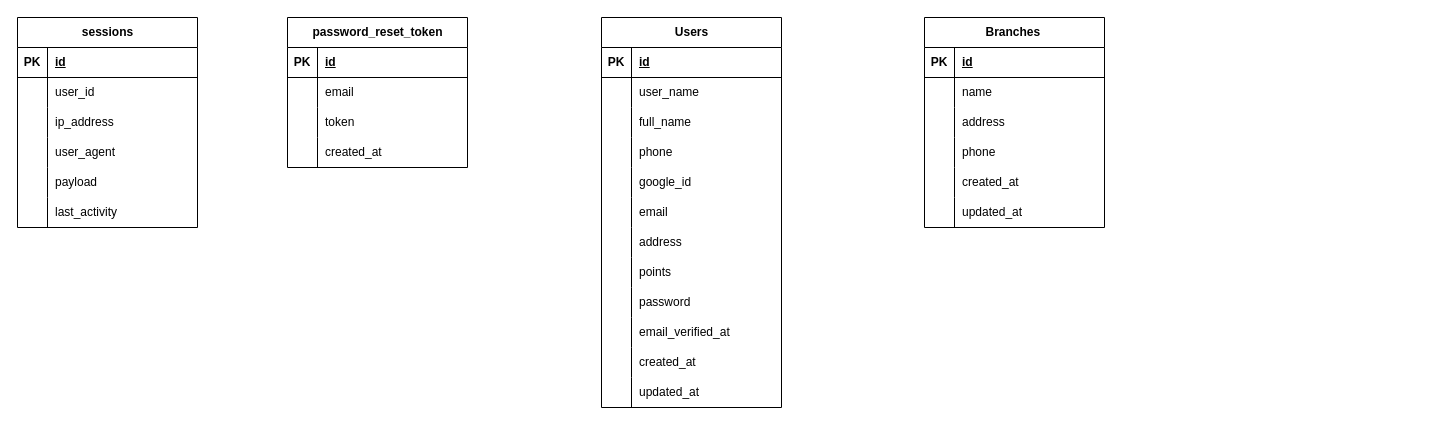
Earlier version of the draw.io diagram database.drawio (ntuananhdevs/DATN-DevFoods). Source tidied: cells renumbered, new cells numbered last; positions are measured from the earlier drawing's top-left corner, leaving out a move shared by most shapes. Both pictures are drawn from the tidied source at 100%, with x=0, y=0 at pixel (17, 17).
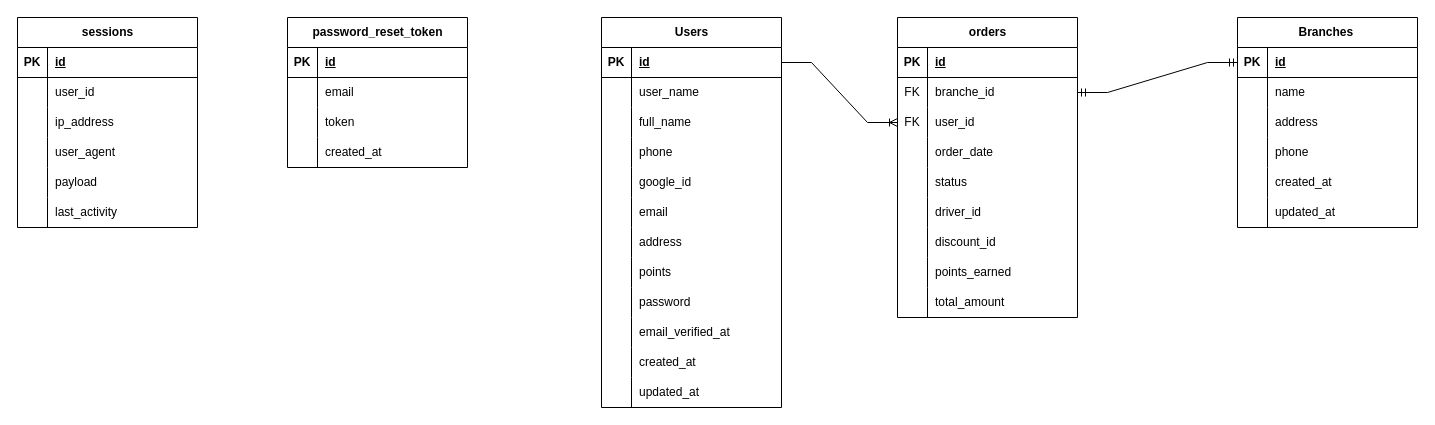
The same diagram, later.

The change refers to these unchanged cells:
```xml
<mxCell id="3" style="shape=tableRow;horizontal=0;startSize=0;swimlaneHead=0;swimlaneBody=0;fillColor=none;points=[[0,0.5],[1,0.5]];portConstraint=eastwest;top=0;left=0;right=0;bottom=1;" parent="2" vertex="1">
  <mxGeometry y="30" width="180" height="30" as="geometry" />
</mxCell>
<mxCell id="72" style="shape=tableRow;horizontal=0;startSize=0;swimlaneHead=0;swimlaneBody=0;fillColor=none;points=[[0,0.5],[1,0.5]];portConstraint=eastwest;top=0;left=0;right=0;bottom=1;" parent="71" vertex="1">
  <mxGeometry y="30" width="180" height="30" as="geometry" />
</mxCell>
```

Change to the diagram source:
```diff
@@
     <mxCell id="71" value="&lt;div&gt;Branches&amp;nbsp;&lt;/div&gt;" style="shape=table;startSize=30;childLayout=tableLayout;rowLines=0;fontStyle=1;align=center;html=1;" parent="1" vertex="1">
-      <mxGeometry x="907" width="180" height="210" as="geometry" />
+      <mxGeometry x="1220" width="180" height="210" as="geometry" />
     </mxCell>
@@
+    <mxCell id="90" value="orders" style="shape=table;startSize=30;childLayout=tableLayout;rowLines=0;fontStyle=1;align=center;html=1;" parent="1" vertex="1">
+      <mxGeometry x="880" width="180" height="300" as="geometry" />
+    </mxCell>
+    <mxCell id="91" style="shape=tableRow;horizontal=0;startSize=0;swimlaneHead=0;swimlaneBody=0;fillColor=none;top=0;left=0;right=0;bottom=1;" parent="90" vertex="1">
+      <mxGeometry y="30" width="180" height="30" as="geometry" />
+    </mxCell>
+    <mxCell id="92" value="PK" style="shape=partialRectangle;fillColor=none;top=0;left=0;bottom=0;right=0;fontStyle=1;overflow=hidden;whiteSpace=wrap;html=1;" parent="91" vertex="1">
+      <mxGeometry width="30" height="30" as="geometry" />
+    </mxCell>
+    <mxCell id="93" value="id" style="shape=partialRectangle;fillColor=none;top=0;left=0;bottom=0;right=0;align=left;spacingLeft=6;fontStyle=5;overflow=hidden;whiteSpace=wrap;html=1;" parent="91" vertex="1">
+      <mxGeometry x="30" width="150" height="30" as="geometry" />
+    </mxCell>
+    <mxCell id="94" style="shape=tableRow;horizontal=0;startSize=0;swimlaneHead=0;swimlaneBody=0;fillColor=none;points=[[0,0.5],[1,0.5]];portConstraint=eastwest;top=0;left=0;right=0;bottom=0;" parent="90" vertex="1">
+      <mxGeometry y="60" width="180" height="30" as="geometry" />
+    </mxCell>
+    <mxCell id="95" value="FK" style="shape=partialRectangle;fillColor=none;top=0;left=0;bottom=0;right=0;overflow=hidden;whiteSpace=wrap;html=1;" parent="94" vertex="1">
+      <mxGeometry width="30" height="30" as="geometry" />
+    </mxCell>
+    <mxCell id="96" value="branche_id" style="shape=partialRectangle;fillColor=none;top=0;left=0;bottom=0;right=0;align=left;spacingLeft=6;overflow=hidden;whiteSpace=wrap;html=1;" parent="94" vertex="1">
+      <mxGeometry x="30" width="150" height="30" as="geometry" />
+    </mxCell>
+    <mxCell id="97" style="shape=tableRow;horizontal=0;startSize=0;swimlaneHead=0;swimlaneBody=0;fillColor=none;points=[[0,0.5],[1,0.5]];portConstraint=eastwest;top=0;left=0;right=0;bottom=0;" parent="90" vertex="1">
+      <mxGeometry y="90" width="180" height="30" as="geometry" />
+    </mxCell>
+    <mxCell id="98" value="FK" style="shape=partialRectangle;fillColor=none;top=0;left=0;bottom=0;right=0;overflow=hidden;whiteSpace=wrap;html=1;" parent="97" vertex="1">
+      <mxGeometry width="30" height="30" as="geometry" />
+    </mxCell>
+    <mxCell id="99" value="user_id" style="shape=partialRectangle;fillColor=none;top=0;left=0;bottom=0;right=0;align=left;spacingLeft=6;overflow=hidden;whiteSpace=wrap;html=1;" parent="97" vertex="1">
+      <mxGeometry x="30" width="150" height="30" as="geometry" />
+    </mxCell>
+    <mxCell id="100" style="shape=tableRow;horizontal=0;startSize=0;swimlaneHead=0;swimlaneBody=0;fillColor=none;top=0;left=0;right=0;bottom=0;" parent="90" vertex="1">
+      <mxGeometry y="120" width="180" height="30" as="geometry" />
+    </mxCell>
+    <mxCell id="101" style="shape=partialRectangle;fillColor=none;top=0;left=0;bottom=0;right=0;overflow=hidden;whiteSpace=wrap;html=1;" parent="100" vertex="1">
+      <mxGeometry width="30" height="30" as="geometry" />
+    </mxCell>
+    <mxCell id="102" value="order_date" style="shape=partialRectangle;fillColor=none;top=0;left=0;bottom=0;right=0;align=left;spacingLeft=6;overflow=hidden;whiteSpace=wrap;html=1;" parent="100" vertex="1">
+      <mxGeometry x="30" width="150" height="30" as="geometry" />
+    </mxCell>
+    <mxCell id="103" style="shape=tableRow;horizontal=0;startSize=0;swimlaneHead=0;swimlaneBody=0;fillColor=none;top=0;left=0;right=0;bottom=0;" parent="90" vertex="1">
+      <mxGeometry y="150" width="180" height="30" as="geometry" />
+    </mxCell>
+    <mxCell id="104" style="shape=partialRectangle;fillColor=none;top=0;left=0;bottom=0;right=0;overflow=hidden;whiteSpace=wrap;html=1;" parent="103" vertex="1">
+      <mxGeometry width="30" height="30" as="geometry" />
+    </mxCell>
+    <mxCell id="105" value="status" style="shape=partialRectangle;fillColor=none;top=0;left=0;bottom=0;right=0;align=left;spacingLeft=6;overflow=hidden;whiteSpace=wrap;html=1;" parent="103" vertex="1">
+      <mxGeometry x="30" width="150" height="30" as="geometry" />
+    </mxCell>
+    <mxCell id="106" style="shape=tableRow;horizontal=0;startSize=0;swimlaneHead=0;swimlaneBody=0;fillColor=none;top=0;left=0;right=0;bottom=0;" parent="90" vertex="1">
+      <mxGeometry y="180" width="180" height="30" as="geometry" />
+    </mxCell>
+    <mxCell id="107" style="shape=partialRectangle;fillColor=none;top=0;left=0;bottom=0;right=0;overflow=hidden;whiteSpace=wrap;html=1;" parent="106" vertex="1">
+      <mxGeometry width="30" height="30" as="geometry" />
+    </mxCell>
+    <mxCell id="108" value="&lt;div&gt;driver_id&amp;nbsp;&lt;/div&gt;" style="shape=partialRectangle;fillColor=none;top=0;left=0;bottom=0;right=0;align=left;spacingLeft=6;overflow=hidden;whiteSpace=wrap;html=1;" parent="106" vertex="1">
+      <mxGeometry x="30" width="150" height="30" as="geometry" />
+    </mxCell>
+    <mxCell id="109" style="shape=tableRow;horizontal=0;startSize=0;swimlaneHead=0;swimlaneBody=0;fillColor=none;top=0;left=0;right=0;bottom=0;" parent="90" vertex="1">
+      <mxGeometry y="210" width="180" height="30" as="geometry" />
+    </mxCell>
+    <mxCell id="110" style="shape=partialRectangle;fillColor=none;top=0;left=0;bottom=0;right=0;overflow=hidden;whiteSpace=wrap;html=1;" parent="109" vertex="1">
+      <mxGeometry width="30" height="30" as="geometry" />
+    </mxCell>
+    <mxCell id="111" value="&lt;div&gt;discount_id&amp;nbsp;&lt;/div&gt;" style="shape=partialRectangle;fillColor=none;top=0;left=0;bottom=0;right=0;align=left;spacingLeft=6;overflow=hidden;whiteSpace=wrap;html=1;" parent="109" vertex="1">
+      <mxGeometry x="30" width="150" height="30" as="geometry" />
+    </mxCell>
+    <mxCell id="112" style="shape=tableRow;horizontal=0;startSize=0;swimlaneHead=0;swimlaneBody=0;fillColor=none;top=0;left=0;right=0;bottom=0;" parent="90" vertex="1">
+      <mxGeometry y="240" width="180" height="30" as="geometry" />
+    </mxCell>
+    <mxCell id="113" style="shape=partialRectangle;fillColor=none;top=0;left=0;bottom=0;right=0;overflow=hidden;whiteSpace=wrap;html=1;" parent="112" vertex="1">
+      <mxGeometry width="30" height="30" as="geometry" />
+    </mxCell>
+    <mxCell id="114" value="&lt;div&gt;points_earned&amp;nbsp;&lt;/div&gt;" style="shape=partialRectangle;fillColor=none;top=0;left=0;bottom=0;right=0;align=left;spacingLeft=6;overflow=hidden;whiteSpace=wrap;html=1;" parent="112" vertex="1">
+      <mxGeometry x="30" width="150" height="30" as="geometry" />
+    </mxCell>
+    <mxCell id="115" style="shape=tableRow;horizontal=0;startSize=0;swimlaneHead=0;swimlaneBody=0;fillColor=none;top=0;left=0;right=0;bottom=0;" parent="90" vertex="1">
+      <mxGeometry y="270" width="180" height="30" as="geometry" />
+    </mxCell>
+    <mxCell id="116" style="shape=partialRectangle;fillColor=none;top=0;left=0;bottom=0;right=0;overflow=hidden;whiteSpace=wrap;html=1;" parent="115" vertex="1">
+      <mxGeometry width="30" height="30" as="geometry" />
+    </mxCell>
+    <mxCell id="117" value="&lt;div&gt;total_amount&amp;nbsp;&lt;/div&gt;" style="shape=partialRectangle;fillColor=none;top=0;left=0;bottom=0;right=0;align=left;spacingLeft=6;overflow=hidden;whiteSpace=wrap;html=1;" parent="115" vertex="1">
+      <mxGeometry x="30" width="150" height="30" as="geometry" />
+    </mxCell>
+    <mxCell id="118" style="edgeStyle=entityRelationEdgeStyle;fontSize=12;html=1;endArrow=ERoneToMany;rounded=0;exitX=1;exitY=0.5;exitDx=0;exitDy=0;entryX=0;entryY=0.5;entryDx=0;entryDy=0;" parent="1" edge="1" source="3" target="97">
+      <mxGeometry relative="1" as="geometry" />
+    </mxCell>
+    <mxCell id="119" style="edgeStyle=entityRelationEdgeStyle;fontSize=12;html=1;endArrow=ERmandOne;startArrow=ERmandOne;rounded=0;entryX=0;entryY=0.5;entryDx=0;entryDy=0;exitX=1;exitY=0.5;exitDx=0;exitDy=0;" parent="1" edge="1" source="94" target="72">
+      <mxGeometry relative="1" as="geometry" />
+    </mxCell>
```
